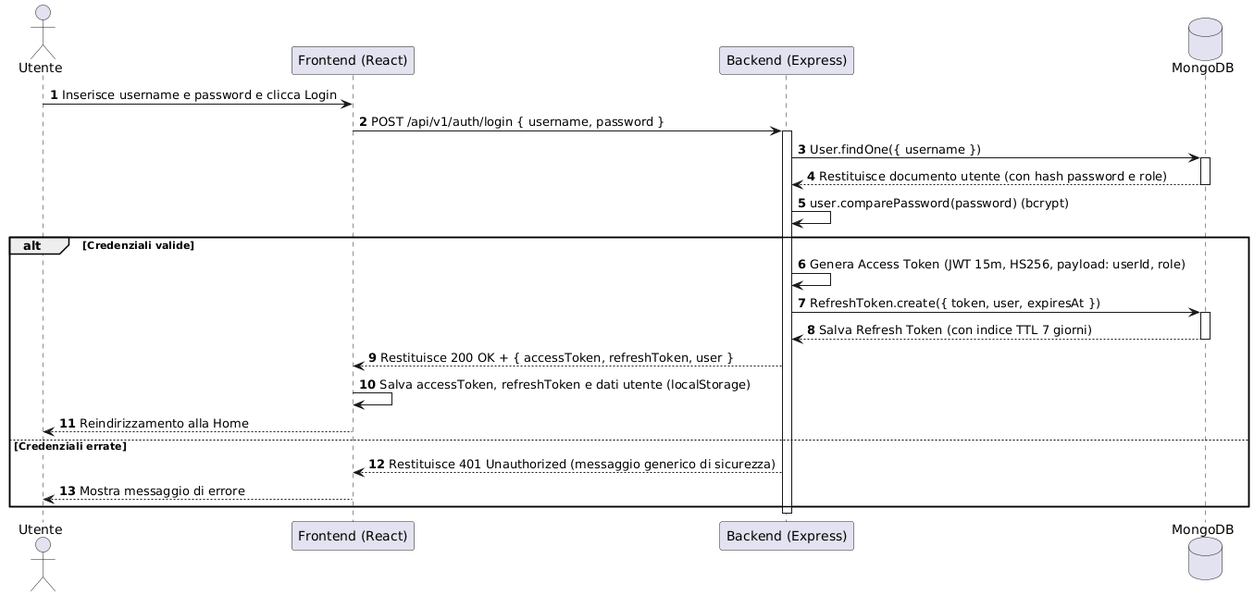
Earlier version of the PlantUML export Documentazione - Esame/SequenceLogin.png (LucaValenz/JamPulse).
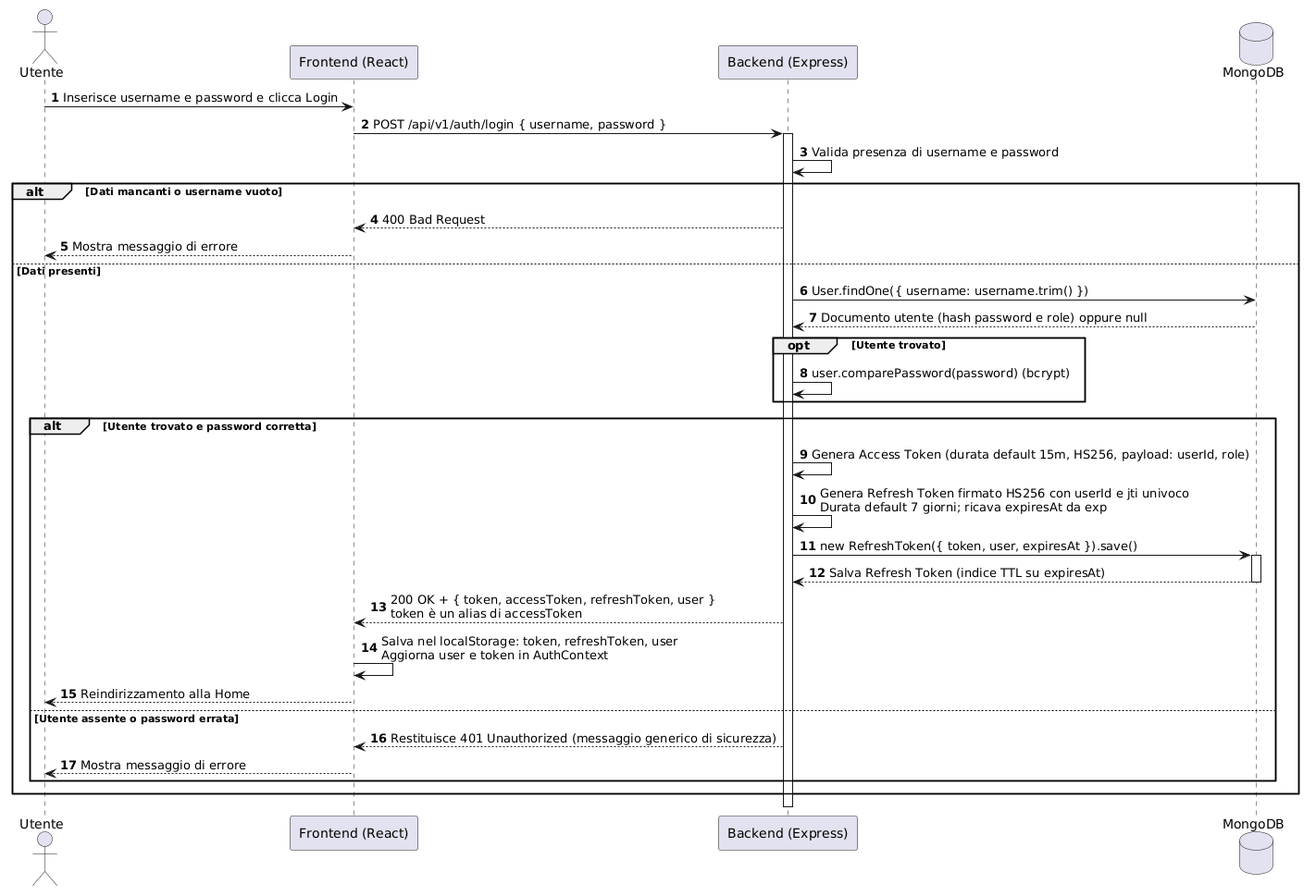
The same diagram one commit later.

What changed in the source:
```diff
@@ -1,7 +1,11 @@
 @startuml
 autonumber
 skinparam BoxPadding 10
-skinparam ParticipantPadding 10
+<style>
+participant {
+    Padding 10
+}
+</style>
 
 actor "Utente" as User
 participant "Frontend (React)" as FE
@@ -12,25 +16,30 @@
 FE -> BE: POST /api/v1/auth/login { username, password }
 activate BE
 
-BE -> DB: User.findOne({ username })
-activate DB
-DB --> BE: Restituisce documento utente (con hash password e role)
-deactivate DB
-
-BE -> BE: user.comparePassword(password) (bcrypt)
-
-alt Credenziali valide
-    BE -> BE: Genera Access Token (JWT 15m, HS256, payload: userId, role)
-    BE -> DB: RefreshToken.create({ token, user, expiresAt })
-    activate DB
-    DB --> BE: Salva Refresh Token (con indice TTL 7 giorni)
-    deactivate DB
-    BE --> FE: Restituisce 200 OK + { accessToken, refreshToken, user }
-    FE -> FE: Salva accessToken, refreshToken e dati utente (localStorage)
-    FE --> User: Reindirizzamento alla Home
-else Credenziali errate
-    BE --> FE: Restituisce 401 Unauthorized (messaggio generico di sicurezza)
+BE -> BE: Valida presenza di username e password
+alt Dati mancanti o username vuoto
+    BE --> FE: 400 Bad Request
     FE --> User: Mostra messaggio di errore
+else Dati presenti
+    BE -> DB: User.findOne({ username: username.trim() })
+    DB --> BE: Documento utente (hash password e role) oppure null
+    opt Utente trovato
+        BE -> BE: user.comparePassword(password) (bcrypt)
+    end
+    alt Utente trovato e password corretta
+        BE -> BE: Genera Access Token (durata default 15m, HS256, payload: userId, role)
+        BE -> BE: Genera Refresh Token firmato HS256 con userId e jti univoco\nDurata default 7 giorni; ricava expiresAt da exp
+        BE -> DB: new RefreshToken({ token, user, expiresAt }).save()
+        activate DB
+        DB --> BE: Salva Refresh Token (indice TTL su expiresAt)
+        deactivate DB
+        BE --> FE: 200 OK + { token, accessToken, refreshToken, user }\ntoken è un alias di accessToken
+        FE -> FE: Salva nel localStorage: token, refreshToken, user\nAggiorna user e token in AuthContext
+        FE --> User: Reindirizzamento alla Home
+    else Utente assente o password errata
+        BE --> FE: Restituisce 401 Unauthorized (messaggio generico di sicurezza)
+        FE --> User: Mostra messaggio di errore
+    end
 end
 
 deactivate BE
```
